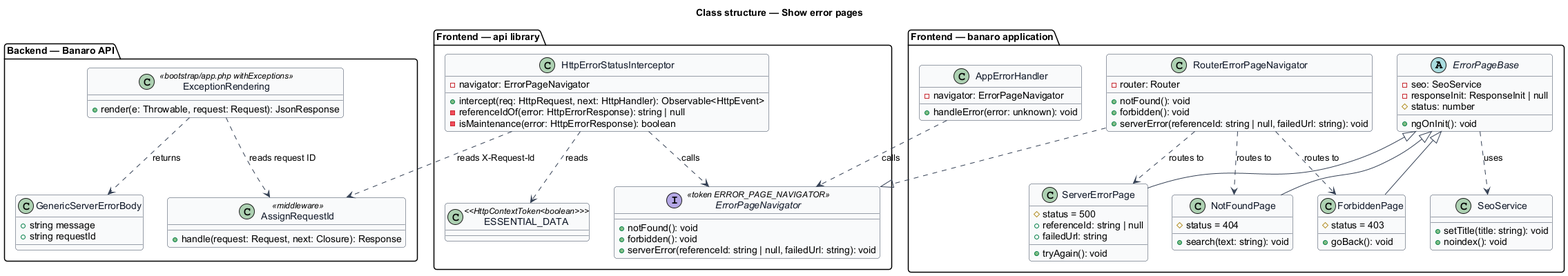
Earlier version of the PlantUML export docs/detailed-designs/resilience/show-error-pages/diagrams/class-structure.png (QuinntyneBrown/banaro).
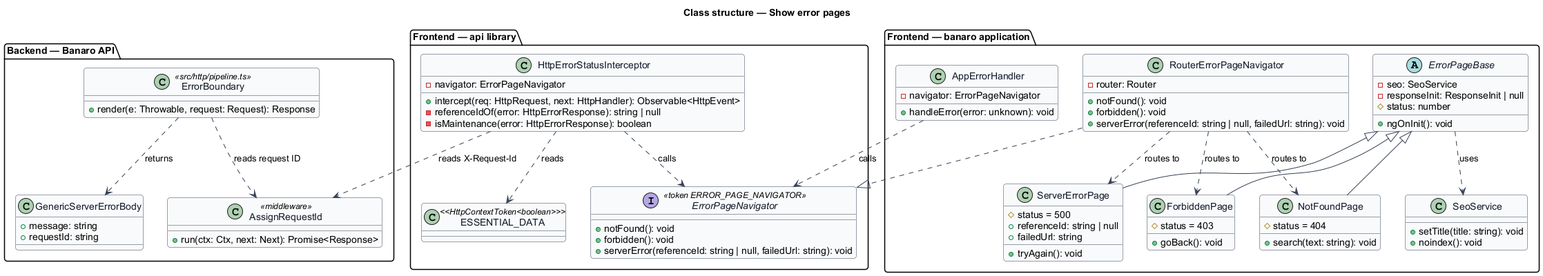
After the change.

Change to the diagram source:
```diff
@@ -65,14 +65,14 @@
 
 package "Backend — Banaro API" {
   class AssignRequestId <<middleware>> {
-    +handle(request: Request, next: Closure): Response
+    +run(ctx: Ctx, next: Next): Promise<Response>
   }
-  class ExceptionRendering <<bootstrap/app.php withExceptions>> {
-    +render(e: Throwable, request: Request): JsonResponse
+  class ErrorBoundary <<src/http/pipeline.ts>> {
+    +render(e: Throwable, request: Request): Response
   }
   class GenericServerErrorBody {
-    +string message
-    +string requestId
+    +message: string
+    +requestId: string
   }
 }
 
@@ -88,6 +88,6 @@
 RouterErrorPageNavigator ..> ForbiddenPage : routes to
 RouterErrorPageNavigator ..> ServerErrorPage : routes to
 HttpErrorStatusInterceptor ..> AssignRequestId : reads X-Request-Id
-ExceptionRendering ..> GenericServerErrorBody : returns
-ExceptionRendering ..> AssignRequestId : reads request ID
+ErrorBoundary ..> GenericServerErrorBody : returns
+ErrorBoundary ..> AssignRequestId : reads request ID
 @enduml
```
